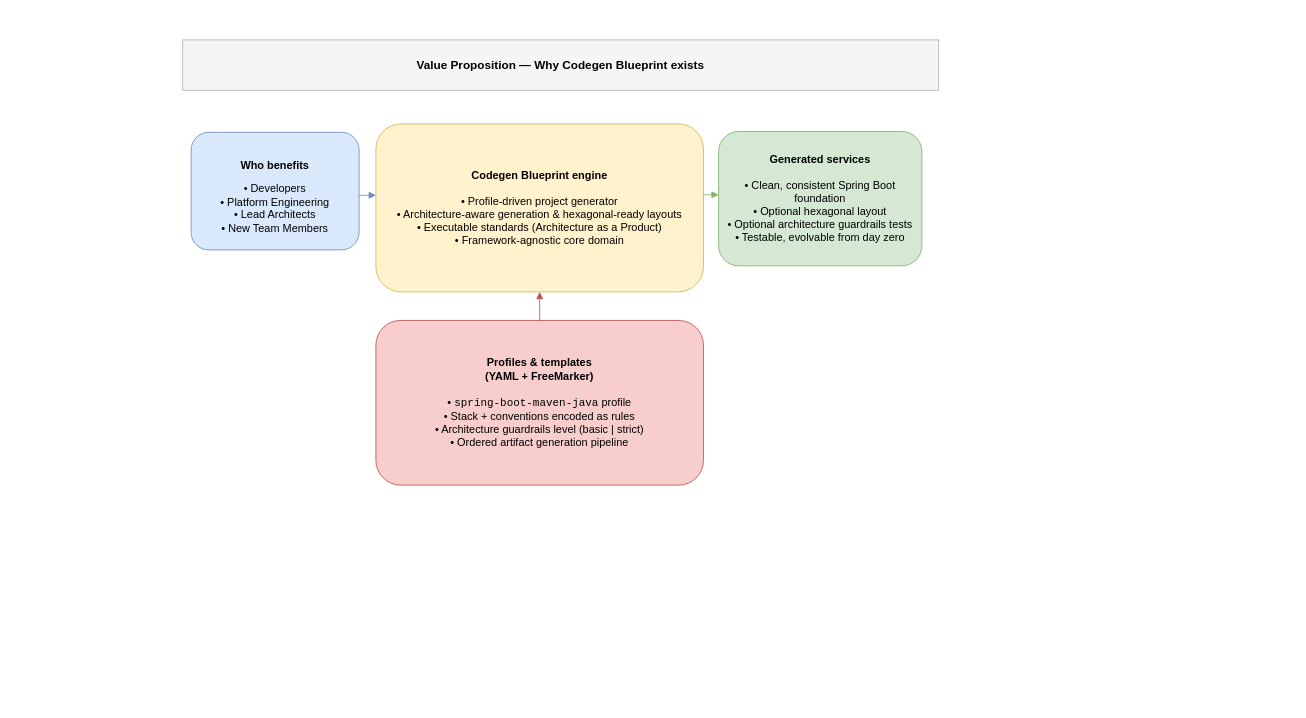
Earlier version of the draw.io diagram docs/diagrams/value-proposition.drawio (blueprint-platform/codegen-blueprint). Source tidied: cells renumbered, new cells numbered last; positions are measured from the earlier drawing's top-left corner, leaving out a move shared by most shapes. Both pictures are drawn from the tidied source at 84%, with x=0, y=0 at pixel (182, 39).
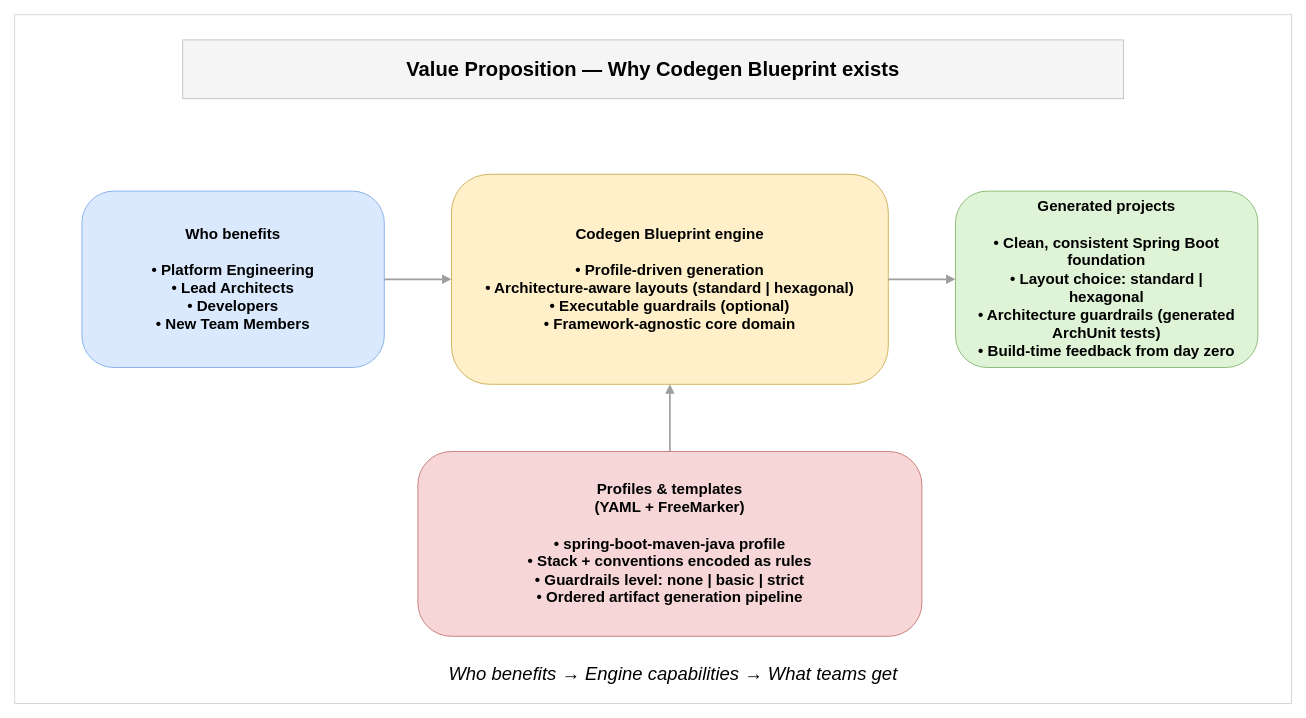
The same diagram, later.

Commit message (it also covers changes not shown here):
docs(architecture): update drawio diagrams and regenerate images

Diff of the diagram source:
```diff
@@
 <mxGraphModel>
   <root>
     <mxCell id="0" />
     <mxCell id="1" parent="0" />
-    <mxCell id="2" value="&lt;p class=&quot;p1&quot;&gt;&lt;b&gt;Who benefits&lt;/b&gt;&lt;/p&gt;• Developers&lt;br&gt;• Platform Engineering&lt;br&gt;• Lead Architects&lt;br&gt;• New Team Members" style="rounded=1;whiteSpace=wrap;html=1;fillColor=#dae8fc;strokeColor=#6c8ebf;fontSize=13;" parent="1" vertex="1">
-      <mxGeometry x="10" y="110" width="200" height="140" as="geometry" />
-    </mxCell>
-    <mxCell id="3" value="&lt;b&gt;Codegen Blueprint engine&lt;/b&gt;&lt;br&gt;&lt;br&gt;• &lt;span style=&quot;background-color: transparent;&quot;&gt;Profile-driven project generator&lt;/span&gt;&lt;div&gt;• Architecture-aware generation&amp;nbsp;&lt;span style=&quot;background-color: transparent; color: light-dark(rgb(0, 0, 0), rgb(255, 255, 255));&quot;&gt;&amp;amp; hexagonal-ready layouts&lt;/span&gt;&lt;/div&gt;&lt;div&gt;• Executable standards (Architecture as a Product)&lt;/div&gt;&lt;div&gt;• Framework-agnostic core domain&lt;/div&gt;" style="rounded=1;whiteSpace=wrap;html=1;fillColor=#fff2cc;strokeColor=#d6b656;fontSize=13;" parent="1" vertex="1">
-      <mxGeometry x="230" y="100" width="390" height="200" as="geometry" />
-    </mxCell>
-    <mxCell id="4" value="&lt;b&gt;Profiles &amp;amp; templates&lt;/b&gt;&lt;div&gt;&lt;b&gt;(YAML + FreeMarker)&lt;/b&gt;&lt;/div&gt;&lt;div&gt;&lt;br&gt;• &lt;code&gt;spring-boot-maven-java&lt;/code&gt; profile&lt;br&gt;• Stack + conventions encoded as rules&lt;/div&gt;&lt;div&gt;• Architecture guardrails level&amp;nbsp;&lt;span style=&quot;background-color: transparent; color: light-dark(rgb(0, 0, 0), rgb(255, 255, 255));&quot;&gt;(basic | strict)&lt;/span&gt;&lt;/div&gt;&lt;div&gt;• Ordered artifact generation pipeline&lt;br&gt;&lt;/div&gt;" style="rounded=1;whiteSpace=wrap;html=1;fillColor=#f8cecc;strokeColor=#b85450;fontSize=13;" parent="1" vertex="1">
-      <mxGeometry x="230" y="334" width="390" height="196" as="geometry" />
-    </mxCell>
-    <mxCell id="5" value="&lt;b&gt;Generated services&lt;/b&gt;&lt;div&gt;&lt;b&gt;&lt;br&gt;&lt;/b&gt;&lt;div&gt;• &lt;span style=&quot;background-color: transparent;&quot;&gt;Clean, consistent Spring Boot foundation&lt;/span&gt;&lt;/div&gt;&lt;div&gt;• Optional hexagonal layout&lt;/div&gt;&lt;div&gt;• Optional architecture guardrails tests&lt;/div&gt;&lt;div&gt;• Testable, evolvable from day zero&lt;/div&gt;&lt;/div&gt;" style="rounded=1;whiteSpace=wrap;html=1;fillColor=#d5e8d4;strokeColor=#82b366;fontSize=13;" parent="1" vertex="1">
-      <mxGeometry x="638" y="109" width="242" height="160" as="geometry" />
-    </mxCell>
+    <mxCell id="11" style="rounded=0;whiteSpace=wrap;html=1;strokeColor=#d0d0d0;fillColor=none;" parent="1" vertex="1">
+      <mxGeometry x="-200" y="-30" width="1520" height="820" as="geometry" />
+    </mxCell>
-    <mxCell id="6" value="&lt;p class=&quot;p1&quot;&gt;Value Proposition — Why Codegen Blueprint exists&lt;/p&gt;" style="rounded=0;whiteSpace=wrap;html=1;fillColor=#f5f5f5;strokeColor=#b3b3b3;fontStyle=1;fontSize=14;align=center;verticalAlign=middle;" parent="1" vertex="1">
-      <mxGeometry width="900" height="60" as="geometry" />
+    <mxCell id="6" value="Value Proposition — Why Codegen Blueprint exists" style="rounded=0;whiteSpace=wrap;html=1;align=center;verticalAlign=middle;fontStyle=1;fontSize=24;strokeColor=#bdbdbd;fillColor=#f5f5f5;" parent="1" vertex="1">
+      <mxGeometry width="1120" height="70" as="geometry" />
     </mxCell>
-    <mxCell id="7" style="endArrow=block;html=1;rounded=0;strokeColor=#6c8ebf;" parent="1" edge="1">
-      <mxGeometry relative="1" as="geometry">
-        <mxPoint x="210" y="185" as="sourcePoint" />
-        <mxPoint x="230" y="185" as="targetPoint" />
-      </mxGeometry>
-    </mxCell>
-    <mxCell id="8" style="endArrow=block;html=1;rounded=0;strokeColor=#b85450;" parent="1" edge="1" source="4" target="3">
-      <mxGeometry relative="1" as="geometry" />
-    </mxCell>
-    <mxCell id="9" style="endArrow=block;html=1;rounded=0;strokeColor=#82b366;" parent="1" edge="1">
-      <mxGeometry relative="1" as="geometry">
-        <mxPoint x="620" y="184.4" as="sourcePoint" />
-        <mxPoint x="638" y="184.4" as="targetPoint" />
-      </mxGeometry>
-    </mxCell>
-    <mxCell id="10" value="&amp;nbsp; &amp;nbsp;&lt;div&gt;&lt;br&gt;&lt;/div&gt;&lt;div&gt;&lt;br&gt;&lt;/div&gt;&lt;div&gt;&lt;br&gt;&lt;/div&gt;" style="text;strokeColor=none;align=center;fillColor=none;html=1;verticalAlign=middle;whiteSpace=wrap;rounded=0;" parent="1" vertex="1">
-      <mxGeometry x="330" y="535" width="210" height="25" as="geometry" />
-    </mxCell>
+    <mxCell id="12" value="Who benefits&#10;&#10;• Platform Engineering&#10;• Lead Architects&#10;• Developers&#10;• New Team Members" style="rounded=1;arcSize=18;whiteSpace=wrap;html=1;align=center;verticalAlign=middle;fontStyle=1;fontSize=18;strokeColor=#7aa8e6;fillColor=#dbe9ff;spacingTop=14;spacingBottom=14;spacingLeft=18;spacingRight=18;" parent="1" vertex="1">
+      <mxGeometry x="-120" y="180" width="360" height="210" as="geometry" />
+    </mxCell>
+    <mxCell id="13" value="Codegen Blueprint engine&#10;&#10;• Profile-driven generation&#10;• Architecture-aware layouts (standard | hexagonal)&#10;• Executable guardrails (optional)&#10;• Framework-agnostic core domain" style="rounded=1;arcSize=18;whiteSpace=wrap;html=1;align=center;verticalAlign=middle;fontStyle=1;fontSize=18;strokeColor=#c9a94a;fillColor=#fff0c9;spacingTop=14;spacingBottom=14;spacingLeft=18;spacingRight=18;" parent="1" vertex="1">
+      <mxGeometry x="320" y="160" width="520" height="250" as="geometry" />
+    </mxCell>
+    <mxCell id="14" value="Generated projects&#10;&#10;• Clean, consistent Spring Boot foundation&#10;• Layout choice: standard | hexagonal&#10;• Architecture guardrails (generated ArchUnit tests)&#10;• Build-time feedback from day zero" style="rounded=1;arcSize=18;whiteSpace=wrap;html=1;align=center;verticalAlign=middle;fontStyle=1;fontSize=18;strokeColor=#7fb36a;fillColor=#dff3d6;spacingTop=14;spacingBottom=14;spacingLeft=18;spacingRight=18;" parent="1" vertex="1">
+      <mxGeometry x="920" y="180" width="360" height="210" as="geometry" />
+    </mxCell>
+    <mxCell id="15" value="Profiles &amp; templates&#10;(YAML + FreeMarker)&#10;&#10;• spring-boot-maven-java profile&#10;• Stack + conventions encoded as rules&#10;• Guardrails level: none | basic | strict&#10;• Ordered artifact generation pipeline" style="rounded=1;arcSize=18;whiteSpace=wrap;html=1;align=center;verticalAlign=middle;fontStyle=1;fontSize=18;strokeColor=#c46f6f;fillColor=#f6d6d6;spacingTop=14;spacingBottom=14;spacingLeft=18;spacingRight=18;" parent="1" vertex="1">
+      <mxGeometry x="280" y="490" width="600" height="220" as="geometry" />
+    </mxCell>
+    <mxCell id="16" style="endArrow=block;endFill=1;strokeWidth=2;strokeColor=#9e9e9e;rounded=0;" parent="1" edge="1" source="12" target="13">
+      <mxGeometry relative="1" as="geometry" />
+    </mxCell>
+    <mxCell id="17" style="endArrow=block;endFill=1;strokeWidth=2;strokeColor=#9e9e9e;rounded=0;" parent="1" edge="1" source="13" target="14">
+      <mxGeometry relative="1" as="geometry" />
+    </mxCell>
+    <mxCell id="18" style="endArrow=block;endFill=1;strokeWidth=2;strokeColor=#9e9e9e;rounded=0;" parent="1" edge="1" source="15" target="13">
+      <mxGeometry relative="1" as="geometry" />
+    </mxCell>
+    <mxCell id="19" value="Who benefits → Engine capabilities → What teams get" style="whiteSpace=wrap;html=1;align=center;verticalAlign=middle;fontStyle=2;fontSize=22;strokeColor=none;fillColor=none;" parent="1" vertex="1">
+      <mxGeometry x="144" y="735" width="880" height="40" as="geometry" />
+    </mxCell>
   </root>
 </mxGraphModel>
```
